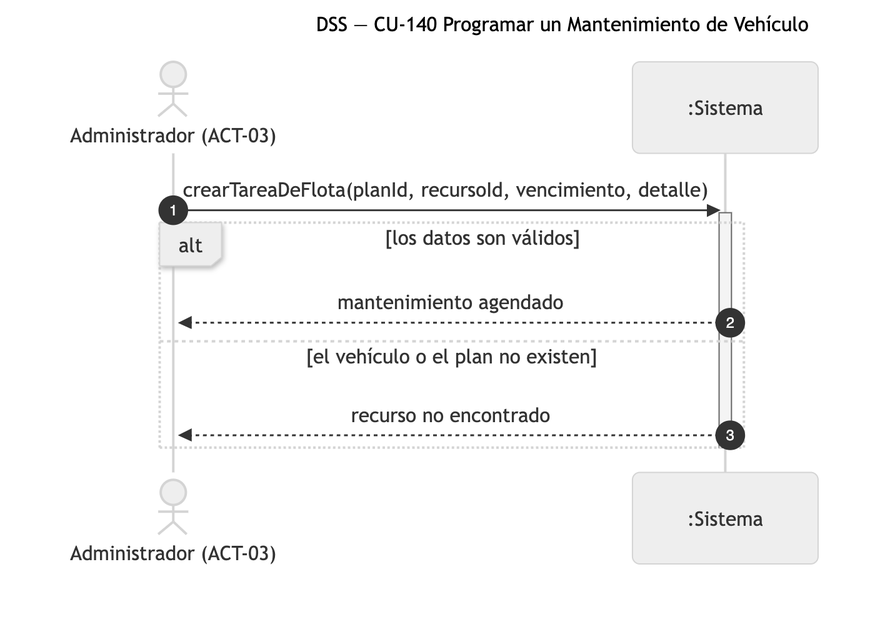
Nahuelito-Dev/splg-docs keeps this Mermaid diagram as diagramas/png/DSS_CU-140_Programar-un-Mantenimiento-de-Vehiculo.png. Above is the earlier version. Its source is kept beside it as diagramas/DSS_CU-140_Programar-un-Mantenimiento-de-Vehiculo.mmd.
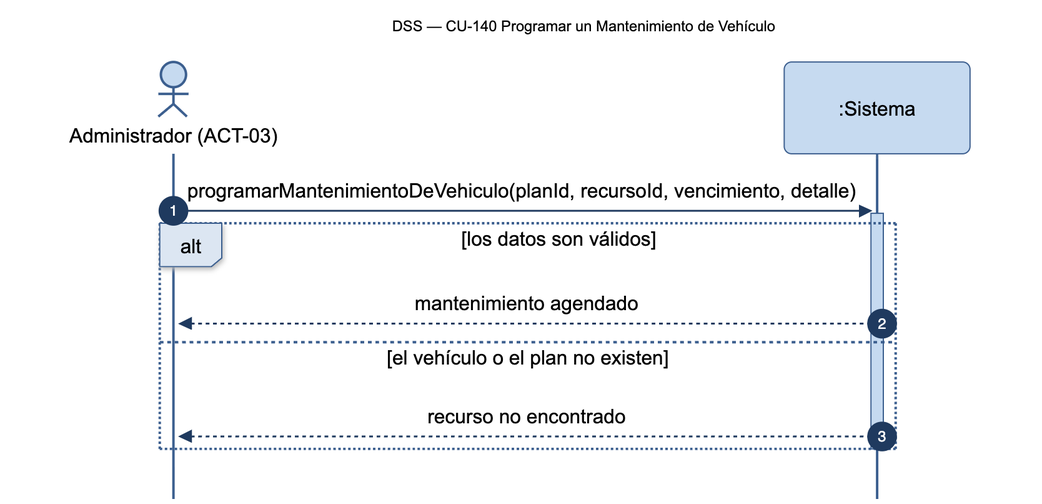
After the commit.

Diff of the diagram source:
```diff
@@ -4,7 +4,7 @@
     actor ADM as Administrador (ACT-03)
     participant SIS as :Sistema
 
-    ADM->>SIS: crearTareaDeFlota(planId, recursoId, vencimiento, detalle)
+    ADM->>SIS: programarMantenimientoDeVehiculo(planId, recursoId, vencimiento, detalle)
     activate SIS
     alt los datos son válidos
         SIS-->>ADM: mantenimiento agendado
```
